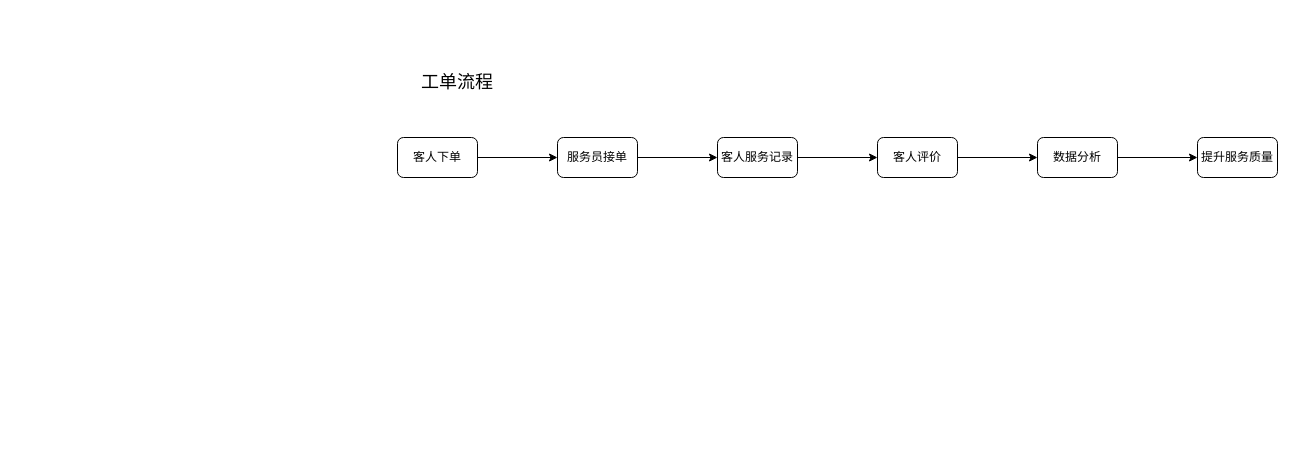
This is xzzh/服务管家培训讲解流程图.drawio from daniel-7d/draw, a draw.io file, before an edit. Source tidied: cells renumbered, new cells numbered last; positions are measured from the earlier drawing's top-left corner, leaving out a move shared by most shapes. Both pictures are drawn from the tidied source at 100%, with x=0, y=0 at pixel (397, 67).
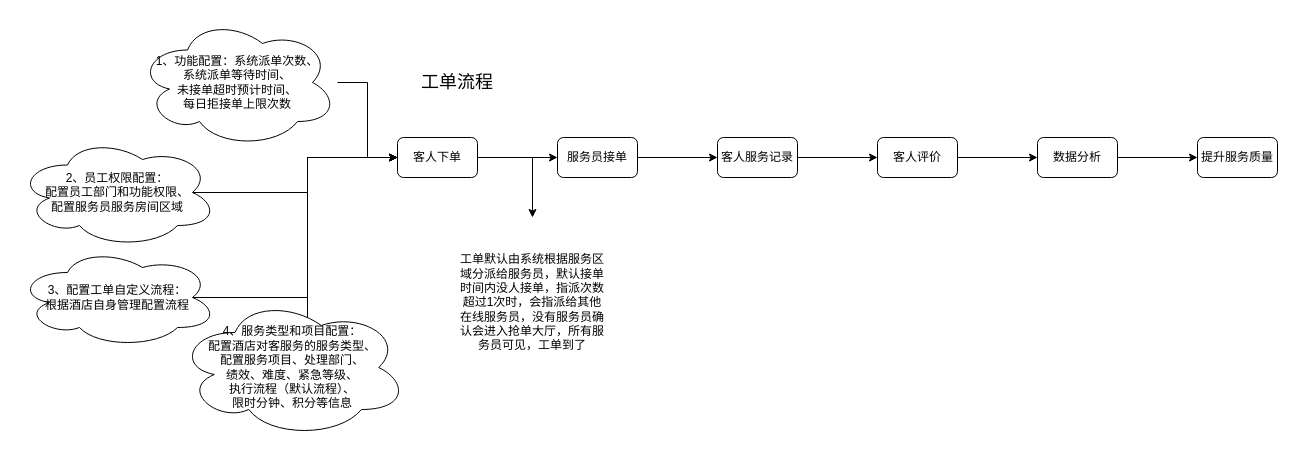
The same page after the edit.

Commit message (it also covers changes not shown here):
更新服务管家培训讲解流程图.drawio

The change refers to these unchanged cells:
```xml
<mxCell id="3" value="客人下单" style="rounded=1;whiteSpace=wrap;html=1;" parent="1" vertex="1">
  <mxGeometry y="70" width="80" height="40" as="geometry" />
</mxCell>
```

Diff of the diagram source:
```diff
@@
+    <mxCell id="14" style="edgeStyle=orthogonalEdgeStyle;rounded=0;jettySize=auto;html=1;exitX=1;exitY=0.5;exitDx=0;exitDy=0;entryX=0.5;entryY=0;entryDx=0;entryDy=0;" parent="1" edge="1" source="3" target="23">
+      <mxGeometry relative="1" as="geometry" />
+    </mxCell>
@@
+    <mxCell id="15" style="edgeStyle=orthogonalEdgeStyle;rounded=0;jettySize=auto;html=1;entryX=0;entryY=0.5;entryDx=0;entryDy=0;" parent="1" edge="1" source="16" target="3">
+      <mxGeometry relative="1" as="geometry" />
+    </mxCell>
+    <mxCell id="16" value="1、功能配置：系统派单次数、&lt;br&gt;系统派单等待时间、&lt;br&gt;未接单超时预计时间、&lt;br&gt;每日拒接单上限次数" style="ellipse;shape=cloud;whiteSpace=wrap;html=1;" parent="1" vertex="1">
+      <mxGeometry x="-260" y="-50" width="200" height="130" as="geometry" />
+    </mxCell>
+    <mxCell id="17" style="edgeStyle=orthogonalEdgeStyle;rounded=0;jettySize=auto;html=1;exitX=0.875;exitY=0.5;exitDx=0;exitDy=0;exitPerimeter=0;entryX=0;entryY=0.5;entryDx=0;entryDy=0;" parent="1" edge="1" source="18" target="3">
+      <mxGeometry relative="1" as="geometry" />
+    </mxCell>
+    <mxCell id="18" value="2、员工权限配置：&lt;br&gt;配置员工部门和功能权限、&lt;br&gt;配置服务员服务房间区域&lt;br&gt;" style="ellipse;shape=cloud;whiteSpace=wrap;html=1;" parent="1" vertex="1">
+      <mxGeometry x="-380" y="70" width="200" height="110" as="geometry" />
+    </mxCell>
+    <mxCell id="19" style="edgeStyle=orthogonalEdgeStyle;rounded=0;jettySize=auto;html=1;exitX=0.625;exitY=0.2;exitDx=0;exitDy=0;exitPerimeter=0;entryX=0;entryY=0.5;entryDx=0;entryDy=0;" parent="1" edge="1" source="20" target="3">
+      <mxGeometry relative="1" as="geometry">
+        <Array as="points">
+          <mxPoint x="-90" y="258" />
+          <mxPoint x="-90" y="90" />
+        </Array>
+      </mxGeometry>
+    </mxCell>
+    <mxCell id="20" value="4、服务类型和项目配置：&lt;br&gt;配置酒店对客服务的服务类型、&lt;br&gt;配置服务项目、处理部门、&lt;br&gt;绩效、难度、紧急等级、&lt;br&gt;执行流程（默认流程）、&lt;br&gt;限时分钟、积分等信息" style="ellipse;shape=cloud;whiteSpace=wrap;html=1;" parent="1" vertex="1">
+      <mxGeometry x="-220" y="230" width="230" height="140" as="geometry" />
+    </mxCell>
+    <mxCell id="21" style="edgeStyle=orthogonalEdgeStyle;rounded=0;jettySize=auto;html=1;exitX=0.875;exitY=0.5;exitDx=0;exitDy=0;exitPerimeter=0;entryX=0;entryY=0.5;entryDx=0;entryDy=0;" parent="1" edge="1" source="22" target="3">
+      <mxGeometry relative="1" as="geometry" />
+    </mxCell>
+    <mxCell id="22" value="3、配置工单自定义流程：&lt;br&gt;根据酒店自身管理配置流程" style="ellipse;shape=cloud;whiteSpace=wrap;html=1;" parent="1" vertex="1">
+      <mxGeometry x="-380" y="180" width="200" height="100" as="geometry" />
+    </mxCell>
+    <mxCell id="23" value="工单默认由系统根据服务区域分派给服务员，默认接单时间内没人接单，指派次数超过1次时，会指派给其他在线服务员，没有服务员确认会进入抢单大厅，所有服务员可见，工单到了" style="text;html=1;strokeColor=none;fillColor=none;align=center;verticalAlign=middle;whiteSpace=wrap;rounded=0;" parent="1" vertex="1">
+      <mxGeometry x="60" y="150" width="150" height="170" as="geometry" />
+    </mxCell>
```
